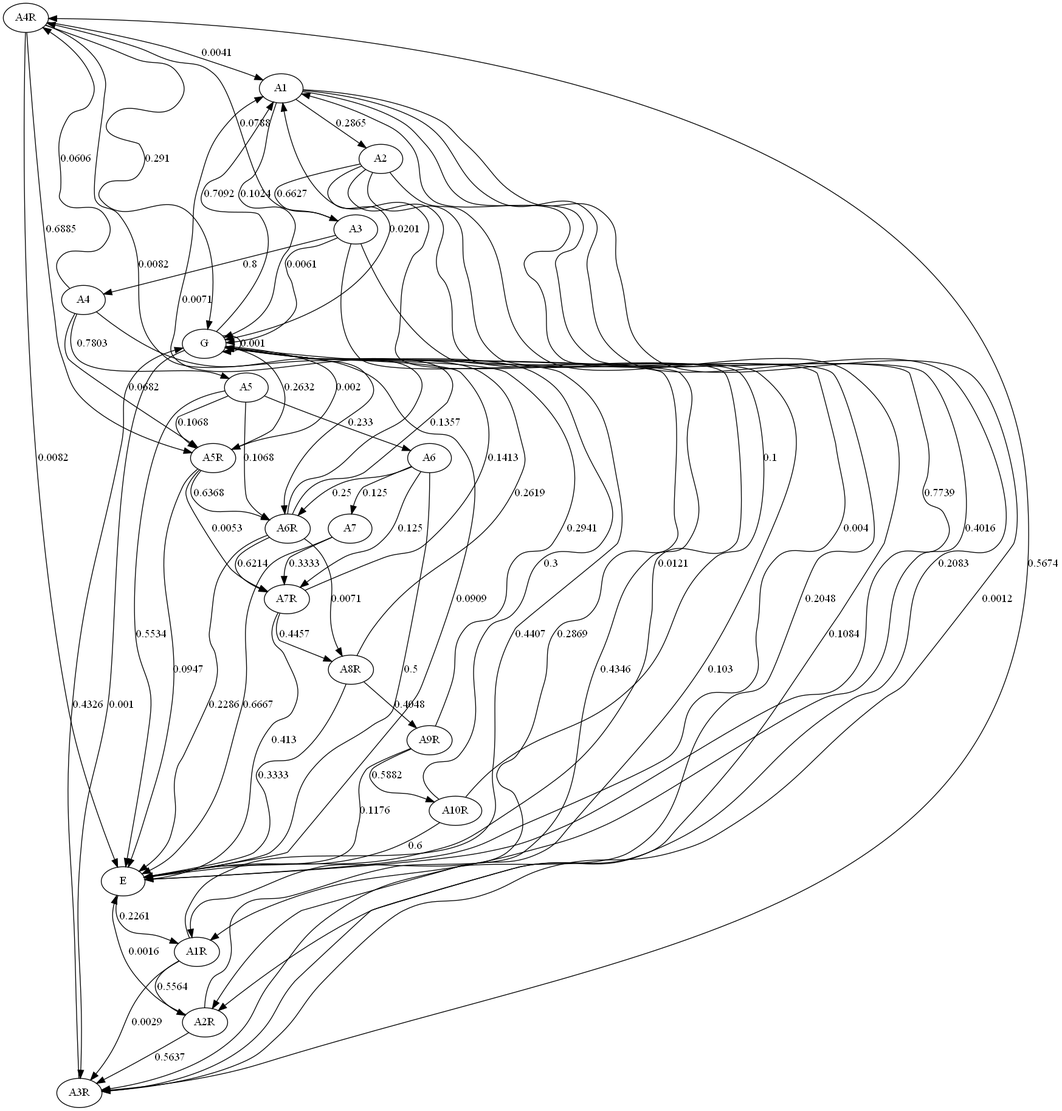
Before: graph/markov.png, a diagram exported from Graphviz (JulianaFerreira/educacao). Its source is kept beside it as graph/markov.dot.
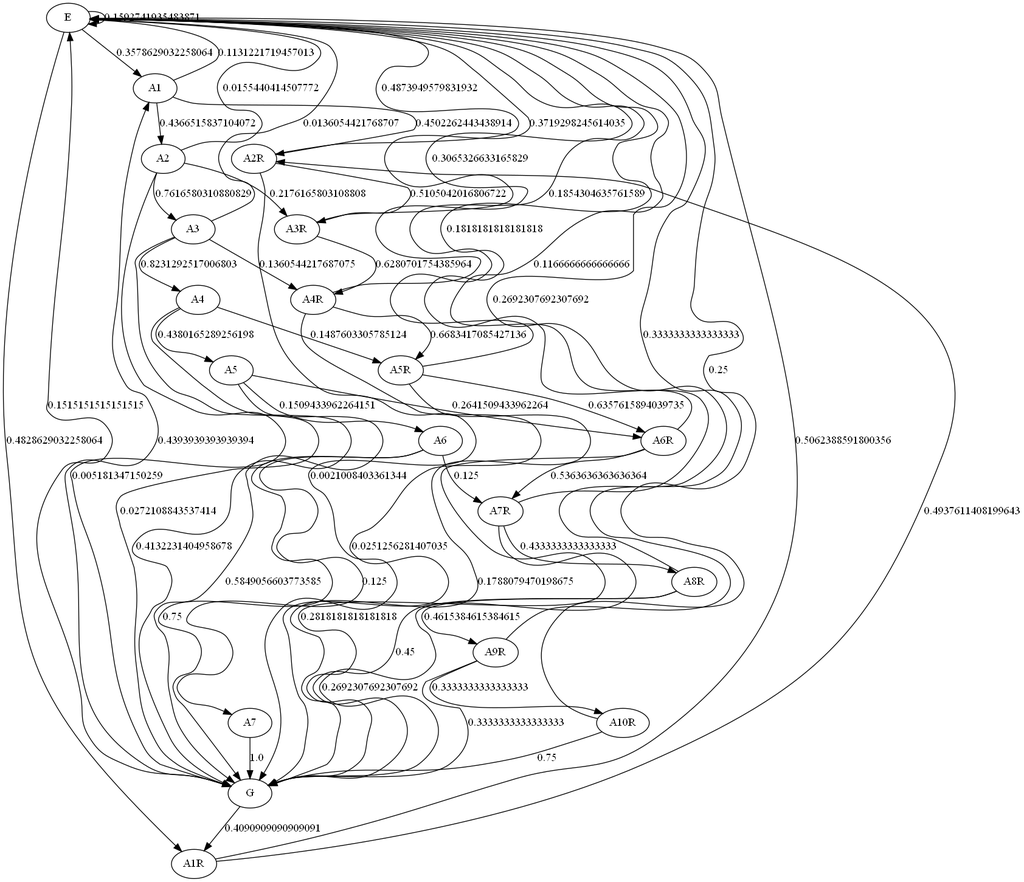
The same file after the commit.

What changed in the source:
```diff
@@ -1,10 +1,7 @@
 digraph  {
-A4R;
+E;
 A1;
-A6R;
-A10R;
 G;
-E;
 A2;
 A3;
 A4;
@@ -14,78 +11,65 @@
 A1R;
 A2R;
 A3R;
+A4R;
 A5R;
+A6R;
 A7R;
 A8R;
 A9R;
-A4R -> A1  [key=0, label="0.0041", weight="0.0041"];
-A4R -> A5R  [key=0, label="0.6885", weight="0.6885"];
-A4R -> A6R  [key=0, label="0.0082", weight="0.0082"];
-A4R -> G  [key=0, label="0.291", weight="0.291"];
-A4R -> E  [key=0, label="0.0082", weight="0.0082"];
-A1 -> A2  [key=0, label="0.2865", weight="0.2865"];
-A1 -> A1R  [key=0, label="0.4016", weight="0.4016"];
-A1 -> A2R  [key=0, label="0.2083", weight="0.2083"];
-A1 -> A3R  [key=0, label="0.0012", weight="0.0012"];
-A1 -> G  [key=0, label="0.1024", weight="0.1024"];
-A6R -> A1  [key=0, label="0.0071", weight="0.0071"];
-A6R -> A7R  [key=0, label="0.6214", weight="0.6214"];
-A6R -> A8R  [key=0, label="0.0071", weight="0.0071"];
-A6R -> G  [key=0, label="0.1357", weight="0.1357"];
-A6R -> E  [key=0, label="0.2286", weight="0.2286"];
-A10R -> A1  [key=0, label="0.1", weight="0.1"];
-A10R -> G  [key=0, label="0.3", weight="0.3"];
-A10R -> E  [key=0, label="0.6", weight="0.6"];
-G -> A1  [key=0, label="0.7092", weight="0.7092"];
-G -> A1R  [key=0, label="0.2869", weight="0.2869"];
-G -> A3R  [key=0, label="0.001", weight="0.001"];
-G -> A5R  [key=0, label="0.002", weight="0.002"];
-G -> G  [key=0, label="0.001", weight="0.001"];
-E -> A1  [key=0, label="0.7739", weight="0.7739"];
-E -> A1R  [key=0, label="0.2261", weight="0.2261"];
-A2 -> A3  [key=0, label="0.6627", weight="0.6627"];
-A2 -> A2R  [key=0, label="0.2048", weight="0.2048"];
-A2 -> A3R  [key=0, label="0.1084", weight="0.1084"];
-A2 -> G  [key=0, label="0.0201", weight="0.0201"];
-A2 -> E  [key=0, label="0.004", weight="0.004"];
-A3 -> A4  [key=0, label="0.8", weight="0.8"];
-A3 -> A3R  [key=0, label="0.103", weight="0.103"];
-A3 -> A4R  [key=0, label="0.0788", weight="0.0788"];
-A3 -> G  [key=0, label="0.0061", weight="0.0061"];
-A3 -> E  [key=0, label="0.0121", weight="0.0121"];
-A4 -> A5  [key=0, label="0.7803", weight="0.7803"];
-A4 -> A4R  [key=0, label="0.0606", weight="0.0606"];
-A4 -> A5R  [key=0, label="0.0682", weight="0.0682"];
-A4 -> E  [key=0, label="0.0909", weight="0.0909"];
-A5 -> A6  [key=0, label="0.233", weight="0.233"];
-A5 -> A5R  [key=0, label="0.1068", weight="0.1068"];
-A5 -> A6R  [key=0, label="0.1068", weight="0.1068"];
-A5 -> E  [key=0, label="0.5534", weight="0.5534"];
+A10R;
+E -> A1  [key=0, label="0.3578629032258064", weight="0.3578629032258064"];
+E -> A1R  [key=0, label="0.4828629032258064", weight="0.4828629032258064"];
+E -> E  [key=0, label="0.1592741935483871", weight="0.1592741935483871"];
+A1 -> A2  [key=0, label="0.4366515837104072", weight="0.4366515837104072"];
+A1 -> A2R  [key=0, label="0.4502262443438914", weight="0.4502262443438914"];
+A1 -> E  [key=0, label="0.1131221719457013", weight="0.1131221719457013"];
+G -> A1  [key=0, label="0.4393939393939394", weight="0.4393939393939394"];
+G -> A1R  [key=0, label="0.4090909090909091", weight="0.4090909090909091"];
+G -> E  [key=0, label="0.1515151515151515", weight="0.1515151515151515"];
+A2 -> A3  [key=0, label="0.7616580310880829", weight="0.7616580310880829"];
+A2 -> A3R  [key=0, label="0.2176165803108808", weight="0.2176165803108808"];
+A2 -> E  [key=0, label="0.0155440414507772", weight="0.0155440414507772"];
+A2 -> G  [key=0, label="0.005181347150259", weight="0.005181347150259"];
+A3 -> A4  [key=0, label="0.8231292517006803", weight="0.8231292517006803"];
+A3 -> A4R  [key=0, label="0.1360544217687075", weight="0.1360544217687075"];
+A3 -> E  [key=0, label="0.0136054421768707", weight="0.0136054421768707"];
+A3 -> G  [key=0, label="0.0272108843537414", weight="0.0272108843537414"];
+A4 -> A5  [key=0, label="0.4380165289256198", weight="0.4380165289256198"];
+A4 -> A5R  [key=0, label="0.1487603305785124", weight="0.1487603305785124"];
+A4 -> G  [key=0, label="0.4132231404958678", weight="0.4132231404958678"];
+A5 -> A6  [key=0, label="0.1509433962264151", weight="0.1509433962264151"];
+A5 -> A6R  [key=0, label="0.2641509433962264", weight="0.2641509433962264"];
+A5 -> G  [key=0, label="0.5849056603773585", weight="0.5849056603773585"];
 A6 -> A7  [key=0, label="0.125", weight="0.125"];
-A6 -> A6R  [key=0, label="0.25", weight="0.25"];
 A6 -> A7R  [key=0, label="0.125", weight="0.125"];
-A6 -> E  [key=0, label="0.5", weight="0.5"];
-A7 -> A7R  [key=0, label="0.3333", weight="0.3333"];
-A7 -> E  [key=0, label="0.6667", weight="0.6667"];
-A1R -> A2R  [key=0, label="0.5564", weight="0.5564"];
-A1R -> A3R  [key=0, label="0.0029", weight="0.0029"];
-A1R -> G  [key=0, label="0.4407", weight="0.4407"];
-A2R -> A3R  [key=0, label="0.5637", weight="0.5637"];
-A2R -> G  [key=0, label="0.4346", weight="0.4346"];
-A2R -> E  [key=0, label="0.0016", weight="0.0016"];
-A3R -> A4R  [key=0, label="0.5674", weight="0.5674"];
-A3R -> G  [key=0, label="0.4326", weight="0.4326"];
-A5R -> A6R  [key=0, label="0.6368", weight="0.6368"];
-A5R -> A7R  [key=0, label="0.0053", weight="0.0053"];
-A5R -> G  [key=0, label="0.2632", weight="0.2632"];
-A5R -> E  [key=0, label="0.0947", weight="0.0947"];
-A7R -> A8R  [key=0, label="0.4457", weight="0.4457"];
-A7R -> G  [key=0, label="0.1413", weight="0.1413"];
-A7R -> E  [key=0, label="0.413", weight="0.413"];
-A8R -> A9R  [key=0, label="0.4048", weight="0.4048"];
-A8R -> G  [key=0, label="0.2619", weight="0.2619"];
-A8R -> E  [key=0, label="0.3333", weight="0.3333"];
-A9R -> A10R  [key=0, label="0.5882", weight="0.5882"];
-A9R -> G  [key=0, label="0.2941", weight="0.2941"];
-A9R -> E  [key=0, label="0.1176", weight="0.1176"];
+A6 -> G  [key=0, label="0.75", weight="0.75"];
+A7 -> G  [key=0, label="1.0", weight="1.0"];
+A1R -> A2R  [key=0, label="0.4937611408199643", weight="0.4937611408199643"];
+A1R -> E  [key=0, label="0.5062388591800356", weight="0.5062388591800356"];
+A2R -> A3R  [key=0, label="0.5105042016806722", weight="0.5105042016806722"];
+A2R -> E  [key=0, label="0.4873949579831932", weight="0.4873949579831932"];
+A2R -> G  [key=0, label="0.0021008403361344", weight="0.0021008403361344"];
+A3R -> A4R  [key=0, label="0.6280701754385964", weight="0.6280701754385964"];
+A3R -> E  [key=0, label="0.3719298245614035", weight="0.3719298245614035"];
+A4R -> A5R  [key=0, label="0.6683417085427136", weight="0.6683417085427136"];
+A4R -> E  [key=0, label="0.3065326633165829", weight="0.3065326633165829"];
+A4R -> G  [key=0, label="0.0251256281407035", weight="0.0251256281407035"];
+A5R -> A6R  [key=0, label="0.6357615894039735", weight="0.6357615894039735"];
+A5R -> E  [key=0, label="0.1854304635761589", weight="0.1854304635761589"];
+A5R -> G  [key=0, label="0.1788079470198675", weight="0.1788079470198675"];
+A6R -> A7R  [key=0, label="0.5363636363636364", weight="0.5363636363636364"];
+A6R -> E  [key=0, label="0.1818181818181818", weight="0.1818181818181818"];
+A6R -> G  [key=0, label="0.2818181818181818", weight="0.2818181818181818"];
+A7R -> A8R  [key=0, label="0.4333333333333333", weight="0.4333333333333333"];
+A7R -> E  [key=0, label="0.1166666666666666", weight="0.1166666666666666"];
+A7R -> G  [key=0, label="0.45", weight="0.45"];
+A8R -> A9R  [key=0, label="0.4615384615384615", weight="0.4615384615384615"];
+A8R -> E  [key=0, label="0.2692307692307692", weight="0.2692307692307692"];
+A8R -> G  [key=0, label="0.2692307692307692", weight="0.2692307692307692"];
+A9R -> A10R  [key=0, label="0.3333333333333333", weight="0.3333333333333333"];
+A9R -> E  [key=0, label="0.3333333333333333", weight="0.3333333333333333"];
+A9R -> G  [key=0, label="0.3333333333333333", weight="0.3333333333333333"];
+A10R -> E  [key=0, label="0.25", weight="0.25"];
+A10R -> G  [key=0, label="0.75", weight="0.75"];
 }
```
